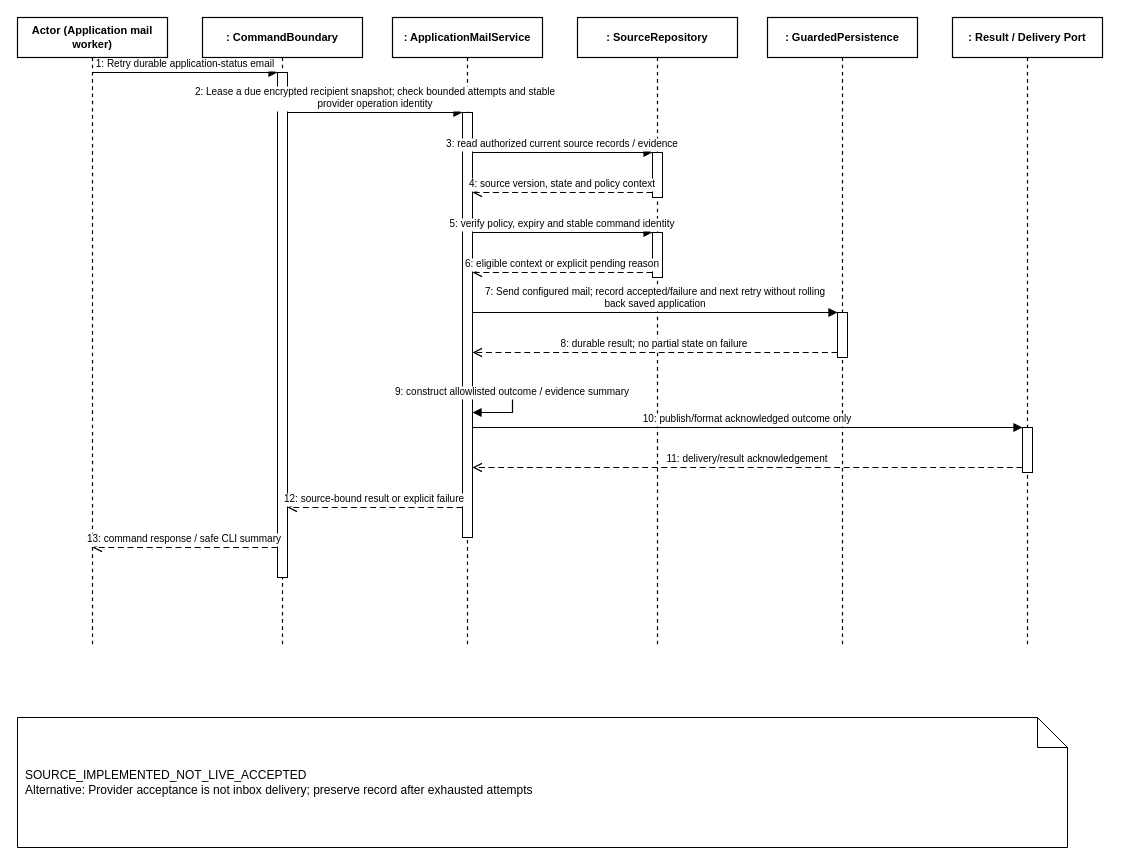
Earlier version of the draw.io diagram doc/reports/report4/sequence/mail-01.drawio (ngocthanhhx7/SEP490_G101_FALL2026). Source tidied: cells renumbered, new cells numbered last; positions are measured from the earlier drawing's top-left corner, leaving out a move shared by most shapes. Both pictures are drawn from the tidied source at 100%, with x=0, y=0 at pixel (17, 17).
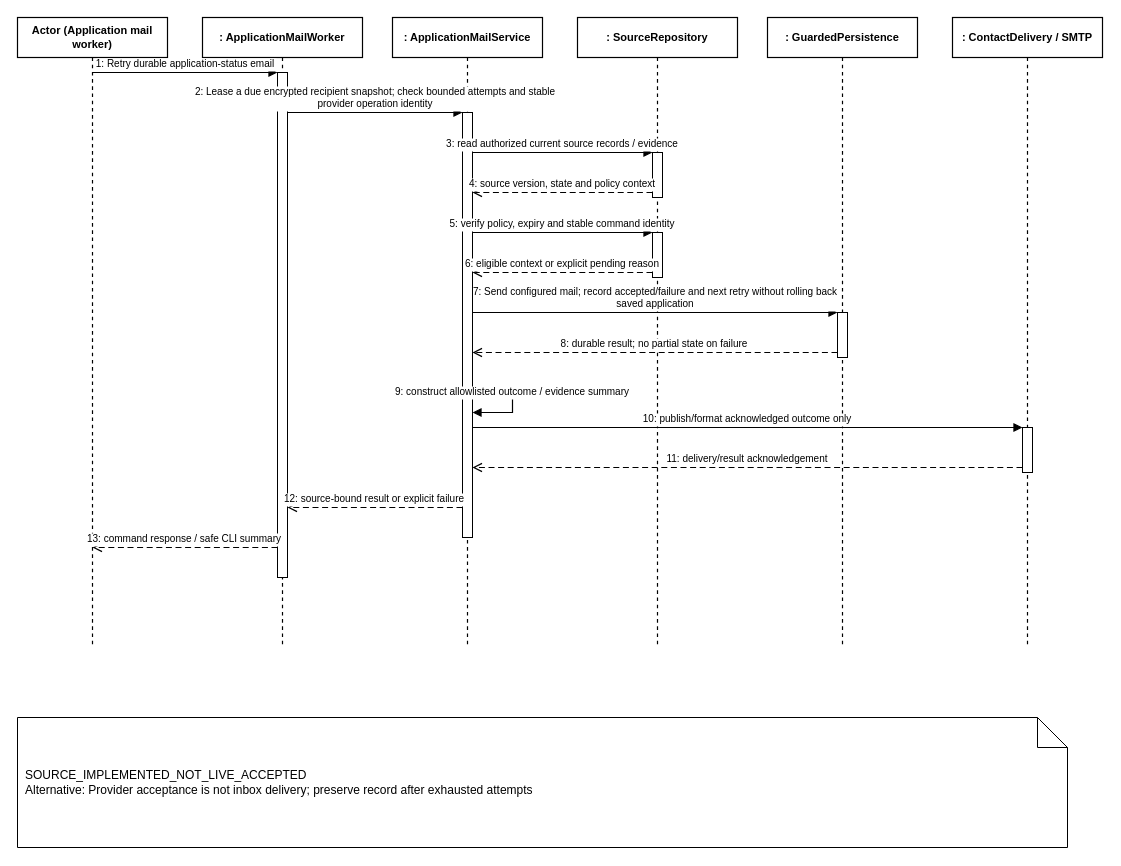
After the change.

Diff of the diagram source:
```diff
@@
-    <mxCell id="3" value=": CommandBoundary" style="shape=umlLifeline;perimeter=lifelinePerimeter;whiteSpace=wrap;html=0;size=40;fillColor=#FFFFFF;strokeColor=#000000;strokeWidth=1.2;fontStyle=1;fontSize=11;align=center;" parent="1" vertex="1">
+    <mxCell id="3" value=": ApplicationMailWorker" style="shape=umlLifeline;perimeter=lifelinePerimeter;whiteSpace=wrap;html=0;size=40;fillColor=#FFFFFF;strokeColor=#000000;strokeWidth=1.2;fontStyle=1;fontSize=11;align=center;" parent="1" vertex="1">
       <mxGeometry x="185" width="160" height="630" as="geometry" />
     </mxCell>
@@
-    <mxCell id="7" value=": Result / Delivery Port" style="shape=umlLifeline;perimeter=lifelinePerimeter;whiteSpace=wrap;html=0;size=40;fillColor=#FFFFFF;strokeColor=#000000;strokeWidth=1.2;fontStyle=1;fontSize=11;align=center;" parent="1" vertex="1">
+    <mxCell id="7" value=": ContactDelivery / SMTP" style="shape=umlLifeline;perimeter=lifelinePerimeter;whiteSpace=wrap;html=0;size=40;fillColor=#FFFFFF;strokeColor=#000000;strokeWidth=1.2;fontStyle=1;fontSize=11;align=center;" parent="1" vertex="1">
       <mxGeometry x="935" width="150" height="630" as="geometry" />
     </mxCell>
@@
-    <mxCell id="20" value="7: Send configured mail; record accepted/failure and next retry without rolling&#10;back saved application" style="html=0;verticalAlign=bottom;endArrow=block;endFill=1;strokeColor=#000000;strokeWidth=1.2;fontSize=10;fontColor=#000000;edgeStyle=orthogonalEdgeStyle;rounded=0;" parent="1" edge="1">
+    <mxCell id="20" value="7: Send configured mail; record accepted/failure and next retry without rolling back&#10;saved application" style="html=0;verticalAlign=bottom;endArrow=block;endFill=1;strokeColor=#000000;strokeWidth=1.2;fontSize=10;fontColor=#000000;edgeStyle=orthogonalEdgeStyle;rounded=0;" parent="1" edge="1">
       <mxGeometry relative="1" as="geometry">
         <mxPoint x="455" y="295" as="sourcePoint" />
         <mxPoint x="820" y="295" as="targetPoint" />
       </mxGeometry>
     </mxCell>
```
